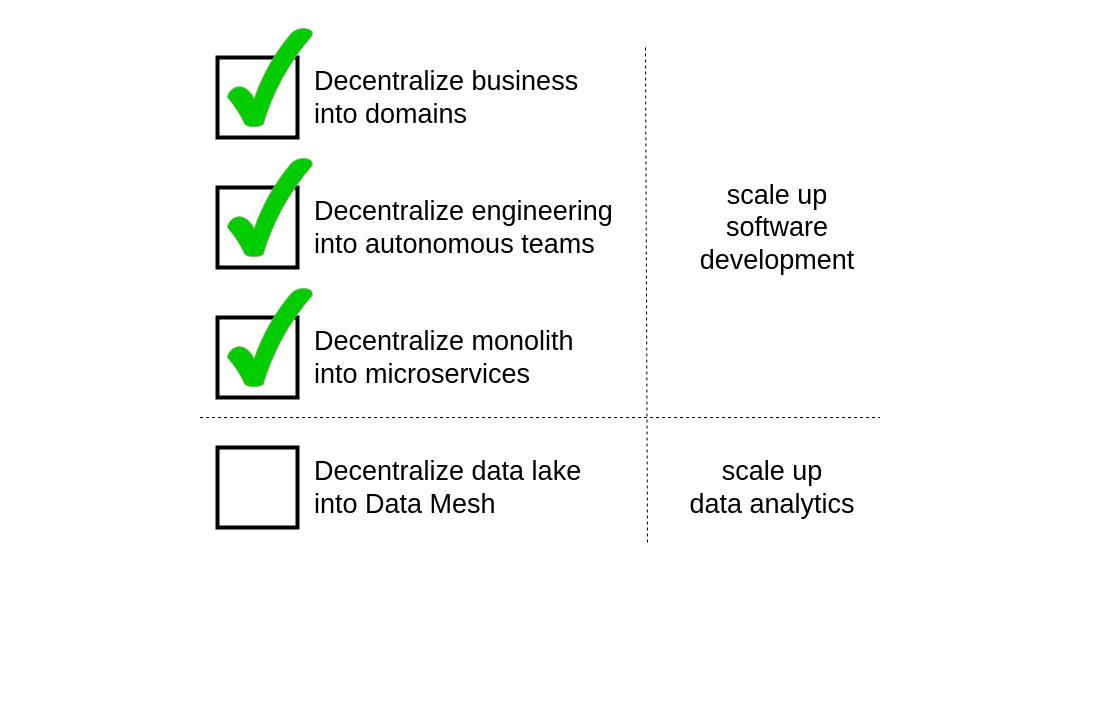
datamesh-architecture/datamesh-architecture.com keeps this draw.io diagram as diagrams/whychecklist.drawio. Above is the earlier version. Source tidied: cells renumbered, new cells numbered last; positions are measured from the earlier drawing's top-left corner, leaving out a move shared by most shapes. Both pictures are drawn from the tidied source at 100%, with x=0, y=0 at pixel (17, 17).
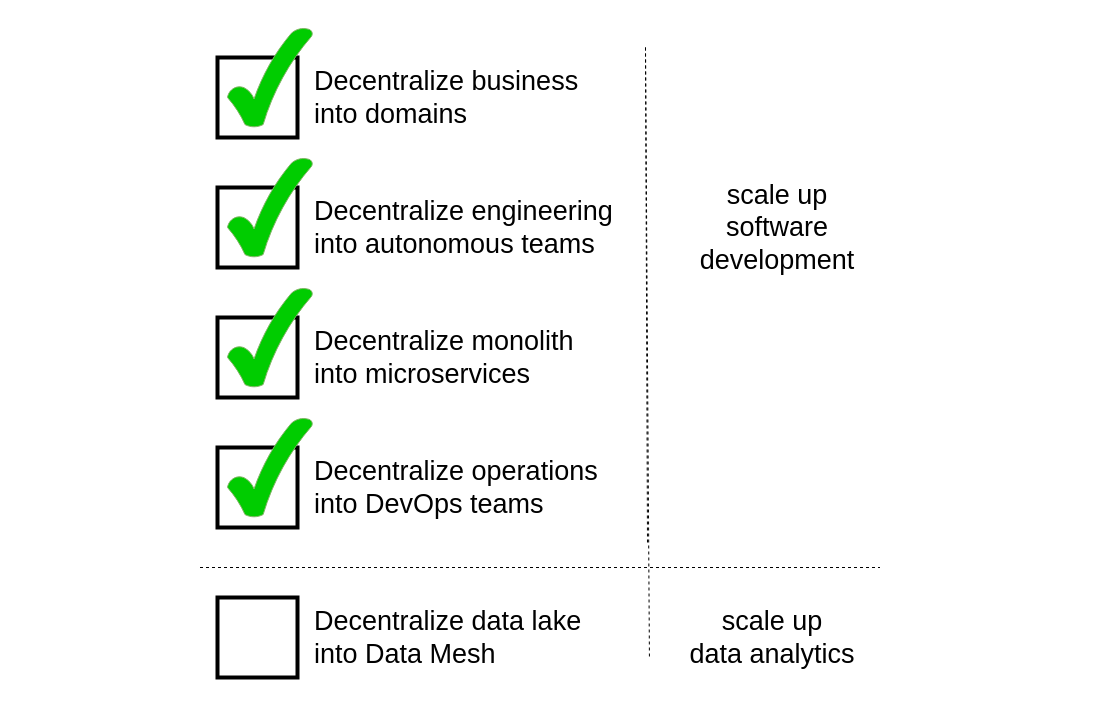
The same page after the edit.

Diff of the diagram source:
```diff
@@
     <mxCell id="2" style="rounded=0;whiteSpace=wrap;html=1;fontSize=27;fillColor=#FFFFFF;align=left;fontColor=none;noLabel=1;labelBackgroundColor=none;strokeColor=none;" parent="1" vertex="1">
-      <mxGeometry width="1070" height="530" as="geometry" />
+      <mxGeometry width="1070" height="680" as="geometry" />
     </mxCell>
@@
     <mxCell id="12" style="whiteSpace=wrap;html=1;strokeWidth=4;" parent="1" vertex="1">
-      <mxGeometry x="200" y="430" width="80" height="80" as="geometry" />
+      <mxGeometry x="200" y="580" width="80" height="80" as="geometry" />
     </mxCell>
     <mxCell id="13" value="Decentralize data lake &lt;br&gt;into Data Mesh" style="text;html=1;strokeColor=none;fillColor=none;align=left;verticalAlign=middle;whiteSpace=wrap;rounded=0;fontSize=27;" parent="1" vertex="1">
-      <mxGeometry x="295" y="455" width="395" height="30" as="geometry" />
+      <mxGeometry x="295" y="605" width="395" height="30" as="geometry" />
     </mxCell>
     <mxCell id="14" style="endArrow=none;dashed=1;html=1;rounded=0;fontSize=27;fontColor=none;" parent="1" edge="1">
       <mxGeometry relative="1" as="geometry">
-        <mxPoint x="182.5" y="400" as="sourcePoint" />
-        <mxPoint x="862.5" y="400" as="targetPoint" />
+        <mxPoint x="182.5" y="550" as="sourcePoint" />
+        <mxPoint x="862.5" y="550" as="targetPoint" />
       </mxGeometry>
     </mxCell>
@@
     <mxCell id="17" value="scale up&lt;br&gt;data analytics" style="text;html=1;strokeColor=none;fillColor=none;align=center;verticalAlign=middle;whiteSpace=wrap;rounded=0;labelBackgroundColor=none;fontSize=27;fontColor=none;" parent="1" vertex="1">
-      <mxGeometry x="670" y="455" width="170" height="30" as="geometry" />
+      <mxGeometry x="670" y="605" width="170" height="30" as="geometry" />
     </mxCell>
+    <mxCell id="18" style="whiteSpace=wrap;html=1;strokeWidth=4;" parent="1" vertex="1">
+      <mxGeometry x="200" y="430" width="80" height="80" as="geometry" />
+    </mxCell>
+    <mxCell id="19" style="verticalLabelPosition=bottom;verticalAlign=top;html=1;shape=mxgraph.basic.tick;fillColor=#00CC00;strokeColor=#82b366;" parent="1" vertex="1">
+      <mxGeometry x="210" y="400" width="85" height="100" as="geometry" />
+    </mxCell>
+    <mxCell id="20" value="Decentralize operations&lt;br&gt;into DevOps teams" style="text;html=1;strokeColor=none;fillColor=none;align=left;verticalAlign=middle;whiteSpace=wrap;rounded=0;fontSize=27;" parent="1" vertex="1">
+      <mxGeometry x="295" y="455" width="455" height="30" as="geometry" />
+    </mxCell>
+    <mxCell id="21" style="endArrow=none;dashed=1;html=1;rounded=0;fontSize=27;fontColor=none;entryX=0.853;entryY=1.167;entryDx=0;entryDy=0;entryPerimeter=0;" parent="1" edge="1" target="13">
+      <mxGeometry relative="1" as="geometry">
+        <mxPoint x="628" y="30" as="sourcePoint" />
+      </mxGeometry>
+    </mxCell>
```
